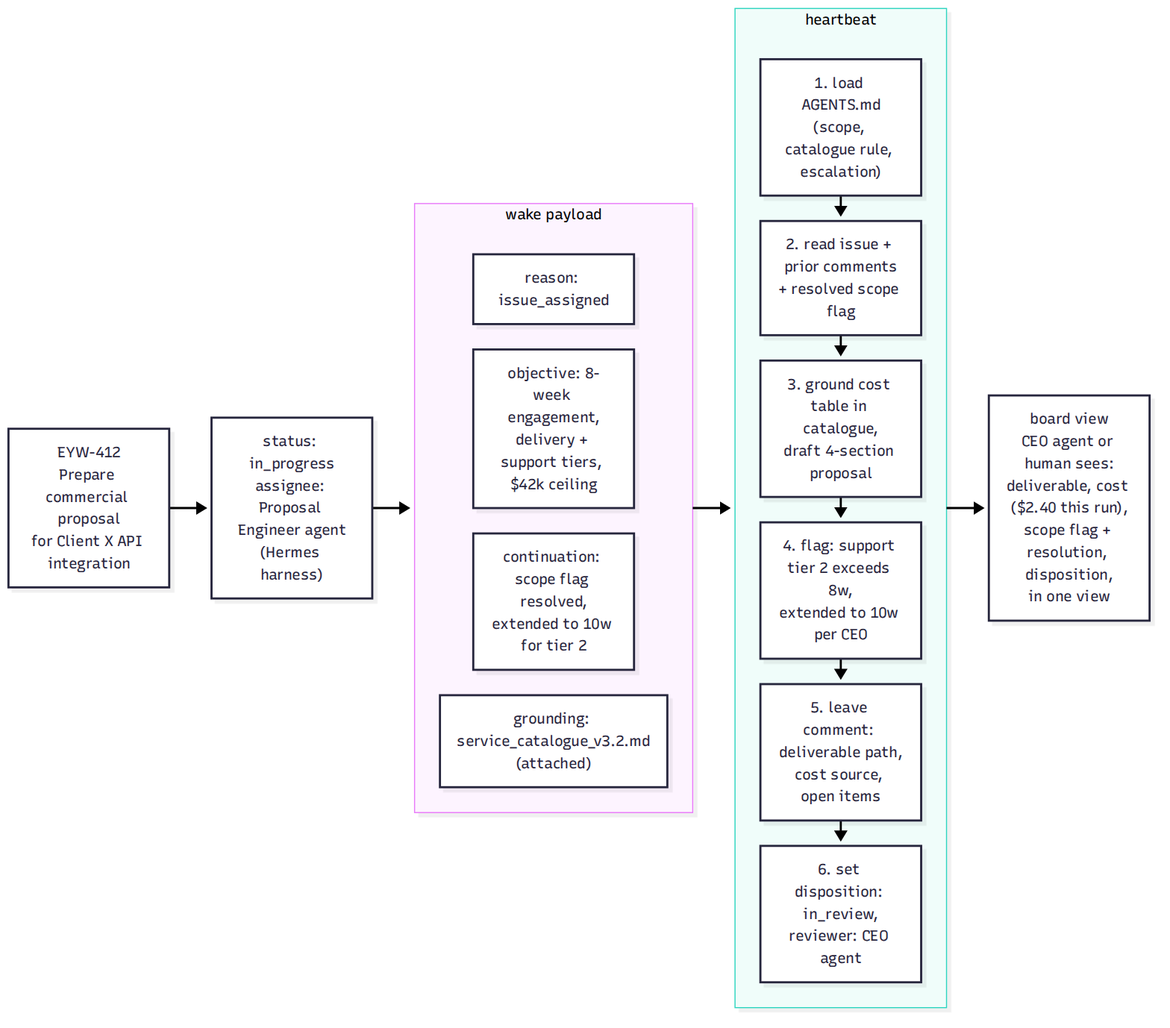
Earlier version of the Mermaid export assets/multi-tenant-agent-platform/eyw-412-heartbeat.png (terrygzhou/terrygzhou.github.io). Its source is kept beside it as assets/multi-tenant-agent-platform/eyw-412-heartbeat.mmd.
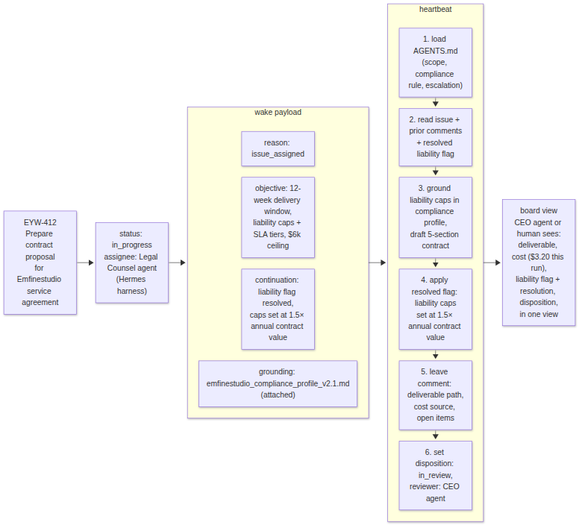
The same diagram one commit later.

Diff of the diagram source:
```diff
@@ -1,27 +1,27 @@
 flowchart LR
-    I["EYW-412<br/>Prepare commercial proposal<br/>for Client X API integration"]
-    S["status: in_progress<br/>assignee: Proposal Engineer agent<br/>(Hermes harness)"]
+    I["EYW-412<br/>Prepare contract proposal<br/>for Emfinestudio service agreement"]
+    S["status: in_progress<br/>assignee: Legal Counsel agent<br/>(Hermes harness)"]
 
     subgraph WP ["wake payload"]
         direction TB
         w1["reason: issue_assigned"]
-        w2["objective: 8-week engagement,<br/>delivery + support tiers, $42k ceiling"]
-        w3["continuation: scope flag resolved,<br/>extended to 10w for tier 2"]
-        w4["grounding: service_catalogue_v3.2.md<br/>(attached)"]
+        w2["objective: 12-week delivery window,<br/>liability caps + SLA tiers, $6k ceiling"]
+        w3["continuation: liability flag resolved,<br/>caps set at 1.5× annual contract value"]
+        w4["grounding: emfinestudio_compliance_profile_v2.1.md<br/>(attached)"]
         w1 ~~~ w2 ~~~ w3 ~~~ w4
     end
 
     subgraph HB ["heartbeat"]
         direction TB
-        h1["1. load AGENTS.md<br/>(scope, catalogue rule, escalation)"]
-        h2["2. read issue + prior comments<br/>+ resolved scope flag"]
-        h3["3. ground cost table in catalogue,<br/>draft 4-section proposal"]
-        h4["4. flag: support tier 2 exceeds 8w,<br/>extended to 10w per CEO"]
+        h1["1. load AGENTS.md<br/>(scope, compliance rule, escalation)"]
+        h2["2. read issue + prior comments<br/>+ resolved liability flag"]
+        h3["3. ground liability caps in compliance profile,<br/>draft 5-section contract"]
+        h4["4. apply resolved flag: liability caps<br/>set at 1.5× annual contract value"]
         h5["5. leave comment: deliverable path,<br/>cost source, open items"]
         h6["6. set disposition: in_review,<br/>reviewer: CEO agent"]
         h1 --> h2 --> h3 --> h4 --> h5 --> h6
     end
 
-    B["board view<br/>CEO agent or human sees:<br/>deliverable, cost ($2.40 this run),<br/>scope flag + resolution, disposition,<br/>in one view"]
+    B["board view<br/>CEO agent or human sees:<br/>deliverable, cost ($3.20 this run),<br/>liability flag + resolution, disposition,<br/>in one view"]
 
     I --> S --> WP --> HB --> B
```
